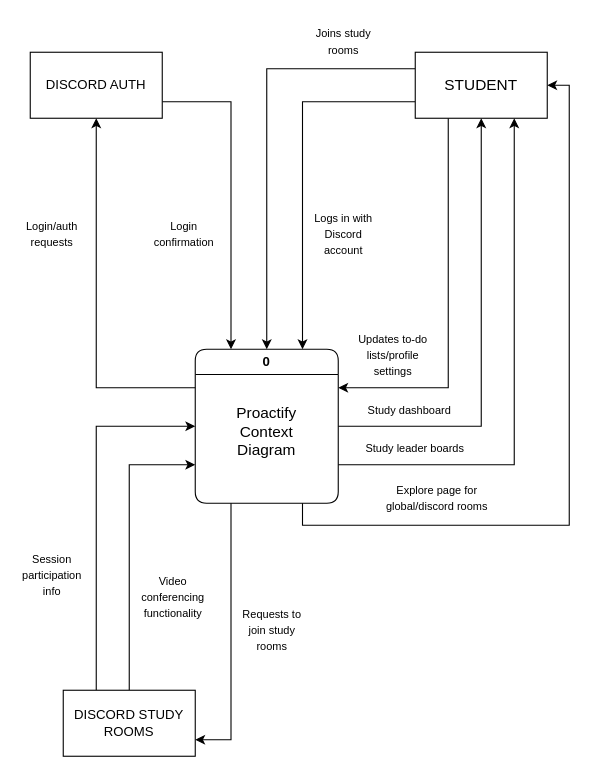
Above: Proactify Context Diagram.drawio in gordonn/proactify-study (draw.io), before the change. Source tidied: cells renumbered, new cells numbered last; positions are measured from the earlier drawing's top-left corner, leaving out a move shared by most shapes. Both pictures are drawn from the tidied source at 110%, with x=0, y=0 at pixel (19, 19).
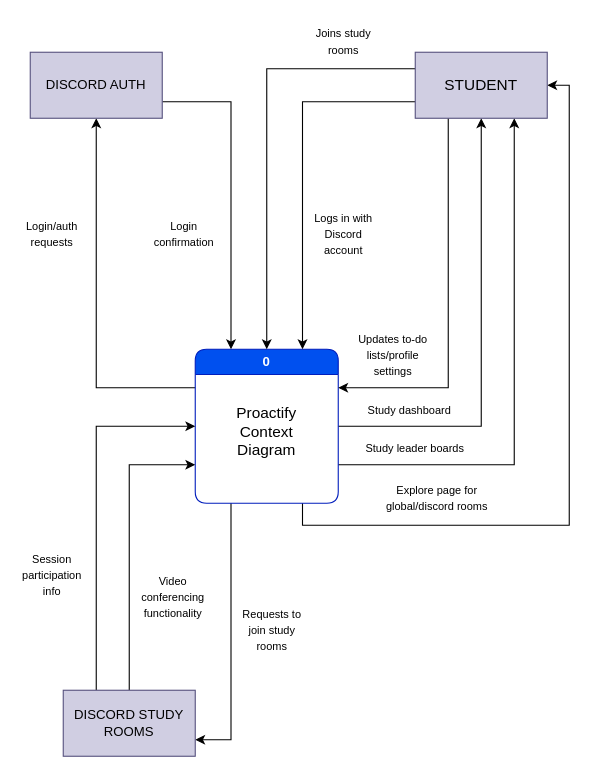
The same page after the edit.

Change to the diagram source:
```diff
@@
-    <mxCell id="7" value="&lt;div&gt;0&lt;/div&gt;" style="swimlane;whiteSpace=wrap;html=1;rounded=1;" parent="1" vertex="1">
+    <mxCell id="7" value="&lt;div&gt;0&lt;/div&gt;" style="swimlane;whiteSpace=wrap;html=1;rounded=1;fillColor=#0050ef;strokeColor=#001DBC;fontColor=#ffffff;" parent="1" vertex="1">
       <mxGeometry x="160" y="300" width="130" height="140" as="geometry" />
     </mxCell>
@@
-    <mxCell id="12" value="&lt;font style=&quot;font-size: 14px;&quot;&gt;STUDENT&lt;/font&gt;" style="rounded=0;whiteSpace=wrap;html=1;" parent="1" vertex="1">
+    <mxCell id="12" value="&lt;font style=&quot;font-size: 14px;&quot;&gt;STUDENT&lt;/font&gt;" style="rounded=0;whiteSpace=wrap;html=1;fillColor=#d0cee2;strokeColor=#56517e;" parent="1" vertex="1">
       <mxGeometry x="360" y="30" width="120" height="60" as="geometry" />
     </mxCell>
@@
-    <mxCell id="14" value="DISCORD AUTH" style="rounded=0;whiteSpace=wrap;html=1;" parent="1" vertex="1">
+    <mxCell id="14" value="DISCORD AUTH" style="rounded=0;whiteSpace=wrap;html=1;fillColor=#d0cee2;strokeColor=#56517e;" parent="1" vertex="1">
       <mxGeometry x="10" y="30" width="120" height="60" as="geometry" />
     </mxCell>
@@
-    <mxCell id="17" value="DISCORD STUDY ROOMS" style="rounded=0;whiteSpace=wrap;html=1;" parent="1" vertex="1">
+    <mxCell id="17" value="DISCORD STUDY ROOMS" style="rounded=0;whiteSpace=wrap;html=1;fillColor=#d0cee2;strokeColor=#56517e;" parent="1" vertex="1">
       <mxGeometry x="40" y="610" width="120" height="60" as="geometry" />
     </mxCell>
```
